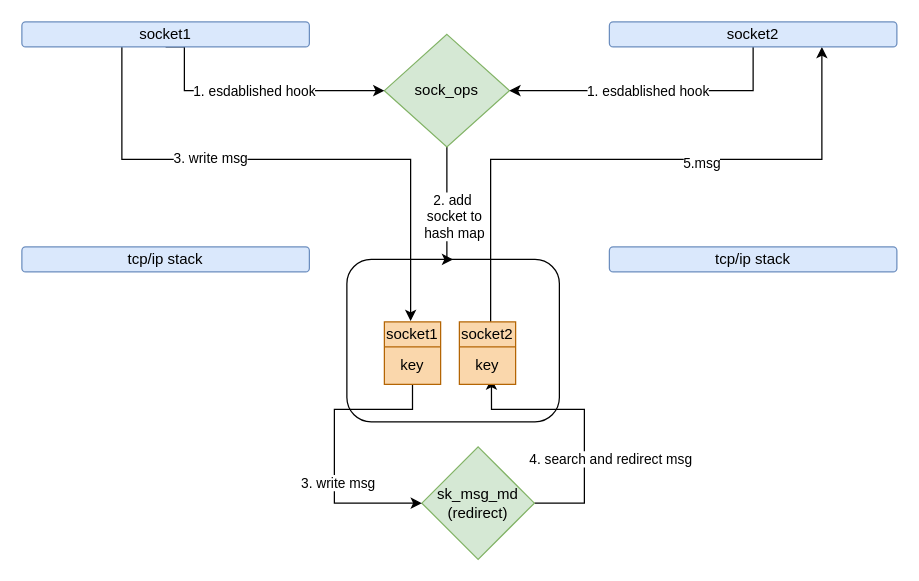
Before: flow_of_ebpf_docker_demo.drawio in xu1zhou/Documents, a draw.io diagram. Source tidied: cells renumbered, new cells numbered last; positions are measured from the earlier drawing's top-left corner, leaving out a move shared by most shapes. Both pictures are drawn from the tidied source at 125%, with x=0, y=0 at pixel (21, 21).
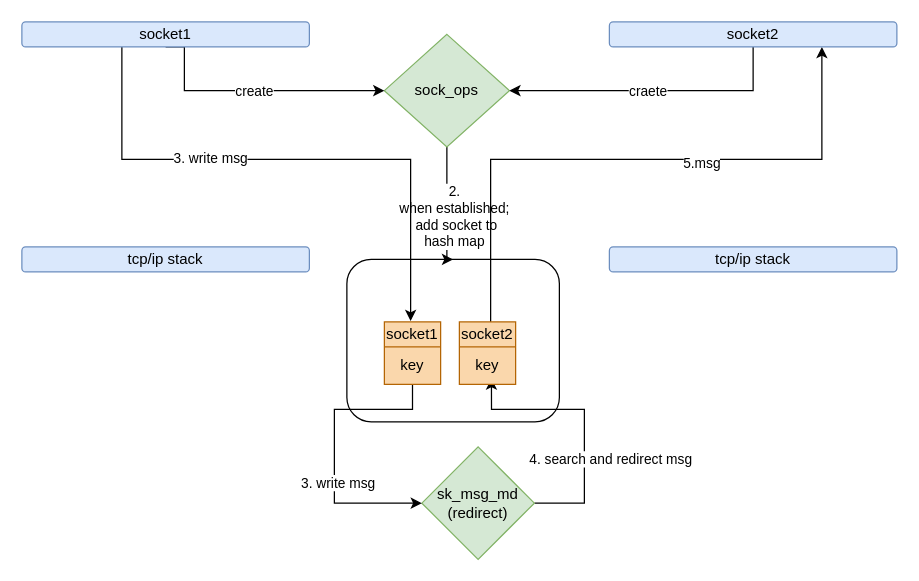
After the change.

The change refers to these unchanged cells:
```xml
<mxCell id="3" style="edgeStyle=orthogonalEdgeStyle;rounded=0;jettySize=auto;html=1;entryX=0.5;entryY=0;entryDx=0;entryDy=0;" parent="1" edge="1" source="5" target="2">
  <mxGeometry relative="1" as="geometry">
    <Array as="points">
      <mxPoint x="340" y="190" />
    </Array>
  </mxGeometry>
</mxCell>
<mxCell id="11" style="edgeStyle=orthogonalEdgeStyle;rounded=0;jettySize=auto;html=1;entryX=0;entryY=0.5;entryDx=0;entryDy=0;startArrow=none;startFill=0;endArrow=classic;endFill=1;exitX=0.5;exitY=1;exitDx=0;exitDy=0;" parent="1" edge="1" source="13" target="5">
  <mxGeometry relative="1" as="geometry">
    <Array as="points">
      <mxPoint x="130" y="20" />
      <mxPoint x="130" y="55" />
    </Array>
  </mxGeometry>
</mxCell>
```

Change to the diagram source:
```diff
@@
-    <mxCell id="4" value="2. add&amp;nbsp;&lt;br&gt;socket to&lt;br&gt;hash map" style="edgeLabel;html=1;align=center;verticalAlign=middle;" parent="3" vertex="1">
+    <mxCell id="4" value="2.&lt;br&gt;when established;&lt;br&gt;&amp;nbsp;add&amp;nbsp;socket to&lt;br&gt;hash map" style="edgeLabel;html=1;align=center;verticalAlign=middle;" parent="3" vertex="1">
       <mxGeometry x="0.15" y="-3" relative="1" as="geometry">
         <mxPoint x="8" as="offset" />
       </mxGeometry>
     </mxCell>
@@
-    <mxCell id="12" value="1. esdablished hook" style="edgeLabel;html=1;align=center;verticalAlign=middle;" parent="11" vertex="1">
+    <mxCell id="12" value="create" style="edgeLabel;html=1;align=center;verticalAlign=middle;" parent="11" vertex="1">
       <mxGeometry x="-0.54" y="-2" relative="1" as="geometry">
         <mxPoint x="57" y="2" as="offset" />
       </mxGeometry>
     </mxCell>
@@
-    <mxCell id="32" value="1. esdablished hook" style="edgeLabel;html=1;align=center;verticalAlign=middle;" parent="1" vertex="1">
+    <mxCell id="32" value="craete" style="edgeLabel;html=1;align=center;verticalAlign=middle;" parent="1" vertex="1">
       <mxGeometry x="500" y="55" as="geometry" />
     </mxCell>
```
